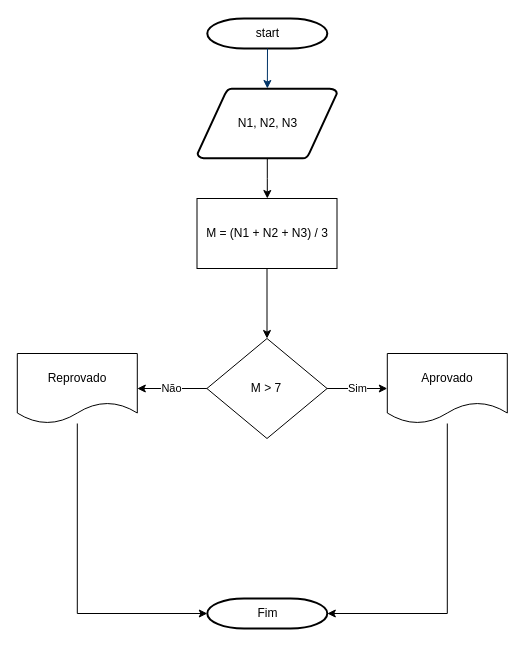
Earlier version of the draw.io diagram page "Média" (3 of 3) of Untitled Diagram.drawio (Eduardomm101/Faculdade). Source tidied: cells renumbered, new cells numbered last; positions are measured from the earlier drawing's top-left corner, leaving out a move shared by most shapes. Both pictures are drawn from the tidied source at 100%, with x=0, y=0 at pixel (17, 18).
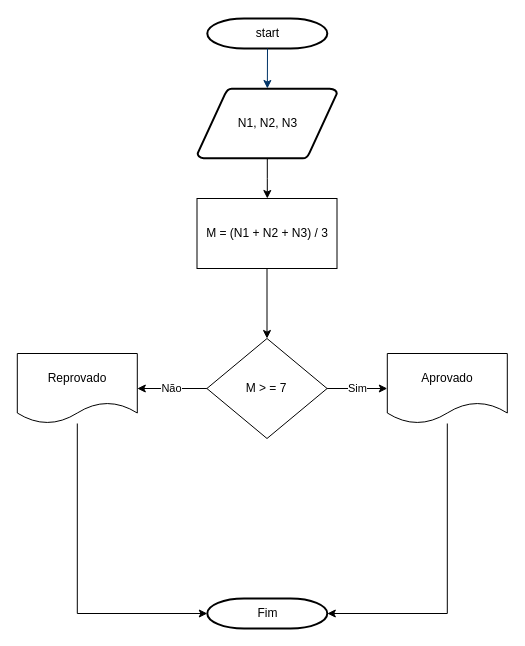
The same diagram, later.

Diff of the diagram source:
```diff
@@
 <mxGraphModel background="#ffffff">
   <root>
     <mxCell id="0" />
     <mxCell id="1" parent="0" />
     <mxCell id="2" value="start" style="shape=mxgraph.flowchart.terminator;strokeWidth=2;gradientColor=none;gradientDirection=north;fontStyle=0;html=1;" parent="1" vertex="1">
       <mxGeometry x="189.8" width="120" height="30" as="geometry" />
     </mxCell>
     <mxCell id="3" style="edgeStyle=orthogonalEdgeStyle;rounded=0;jettySize=auto;html=1;entryX=0.5;entryY=0;entryDx=0;entryDy=0;" parent="1" edge="1" source="4">
       <mxGeometry relative="1" as="geometry">
         <mxPoint x="249.8" y="180" as="targetPoint" />
       </mxGeometry>
     </mxCell>
     <mxCell id="4" value="N1, N2, N3" style="shape=mxgraph.flowchart.data;strokeWidth=2;gradientColor=none;gradientDirection=north;fontStyle=0;html=1;" parent="1" vertex="1">
       <mxGeometry x="180" y="70" width="139.5" height="70" as="geometry" />
     </mxCell>
     <mxCell id="5" style="fontStyle=1;strokeColor=#003366;strokeWidth=1;html=1;" parent="1" edge="1" target="4">
       <mxGeometry relative="1" as="geometry">
         <mxPoint x="250" y="30" as="sourcePoint" />
       </mxGeometry>
     </mxCell>
     <mxCell id="6" style="edgeStyle=orthogonalEdgeStyle;rounded=0;jettySize=auto;html=1;entryX=0.5;entryY=0;entryDx=0;entryDy=0;" parent="1" edge="1" source="7" target="13">
       <mxGeometry relative="1" as="geometry" />
     </mxCell>
     <mxCell id="7" value="M = (N1 + N2 + N3) / 3" style="rounded=0;whiteSpace=wrap;html=1;" parent="1" vertex="1">
       <mxGeometry x="179.5" y="180" width="140" height="70" as="geometry" />
     </mxCell>
     <mxCell id="8" style="edgeStyle=orthogonalEdgeStyle;rounded=0;jettySize=auto;html=1;entryX=1;entryY=0.5;entryDx=0;entryDy=0;entryPerimeter=0;" parent="1" edge="1" source="9" target="10">
       <mxGeometry relative="1" as="geometry">
         <Array as="points">
           <mxPoint x="429.8" y="595" />
         </Array>
       </mxGeometry>
     </mxCell>
     <mxCell id="9" value="Aprovado" style="shape=document;whiteSpace=wrap;html=1;boundedLbl=1;" parent="1" vertex="1">
       <mxGeometry x="369.8" y="335" width="120" height="70" as="geometry" />
     </mxCell>
     <mxCell id="10" value="Fim" style="shape=mxgraph.flowchart.terminator;strokeWidth=2;gradientColor=none;gradientDirection=north;fontStyle=0;html=1;" parent="1" vertex="1">
       <mxGeometry x="189.8" y="580" width="120" height="30" as="geometry" />
     </mxCell>
     <mxCell id="11" value="Não" style="edgeStyle=orthogonalEdgeStyle;rounded=0;jettySize=auto;html=1;entryX=1;entryY=0.5;entryDx=0;entryDy=0;" parent="1" edge="1" source="13" target="15">
       <mxGeometry relative="1" as="geometry" />
     </mxCell>
     <mxCell id="12" value="Sim" style="edgeStyle=orthogonalEdgeStyle;rounded=0;jettySize=auto;html=1;entryX=0;entryY=0.5;entryDx=0;entryDy=0;" parent="1" edge="1" source="13" target="9">
       <mxGeometry relative="1" as="geometry" />
     </mxCell>
-    <mxCell id="13" value="M &amp;gt; 7" style="rhombus;whiteSpace=wrap;html=1;" parent="1" vertex="1">
+    <mxCell id="13" value="M &amp;gt; = 7" style="rhombus;whiteSpace=wrap;html=1;" parent="1" vertex="1">
       <mxGeometry x="189.4" y="320" width="120.2" height="100" as="geometry" />
     </mxCell>
     <mxCell id="14" style="edgeStyle=orthogonalEdgeStyle;rounded=0;jettySize=auto;html=1;" parent="1" edge="1" source="15" target="10">
       <mxGeometry relative="1" as="geometry">
         <Array as="points">
           <mxPoint x="59.8" y="595" />
         </Array>
       </mxGeometry>
     </mxCell>
     <mxCell id="15" value="Reprovado" style="shape=document;whiteSpace=wrap;html=1;boundedLbl=1;" parent="1" vertex="1">
       <mxGeometry x="-0.2" y="335" width="120" height="70" as="geometry" />
     </mxCell>
   </root>
 </mxGraphModel>
```
